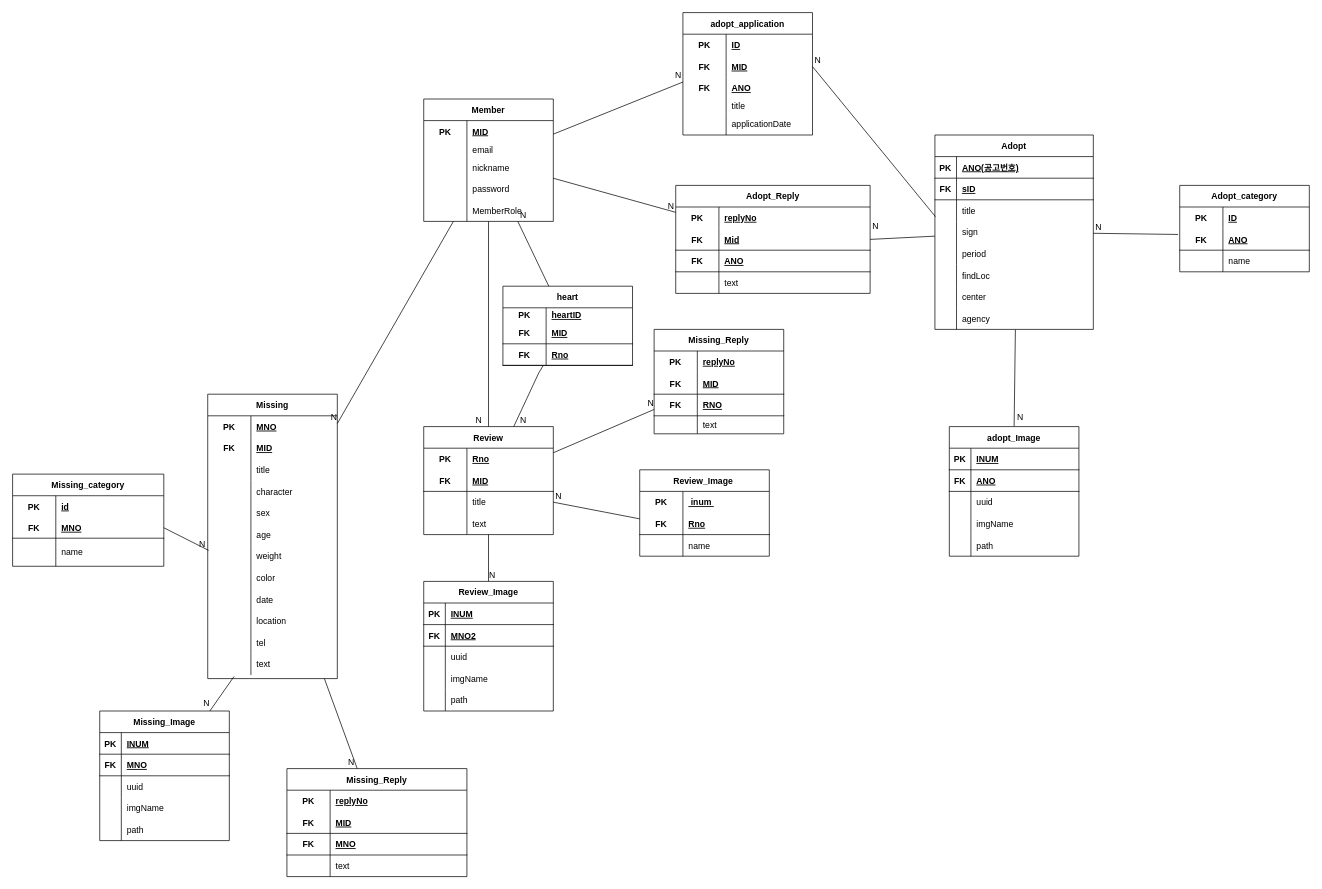
Kimsumin1234/project1 keeps this draw.io diagram as src/main/java/com/example/project1/erd/animal.drawio. Above is the earlier version. Source tidied: cells renumbered, new cells numbered last; positions are measured from the earlier drawing's top-left corner, leaving out a move shared by most shapes. Both pictures are drawn from the tidied source at 72%, with x=0, y=0 at pixel (12, 12).
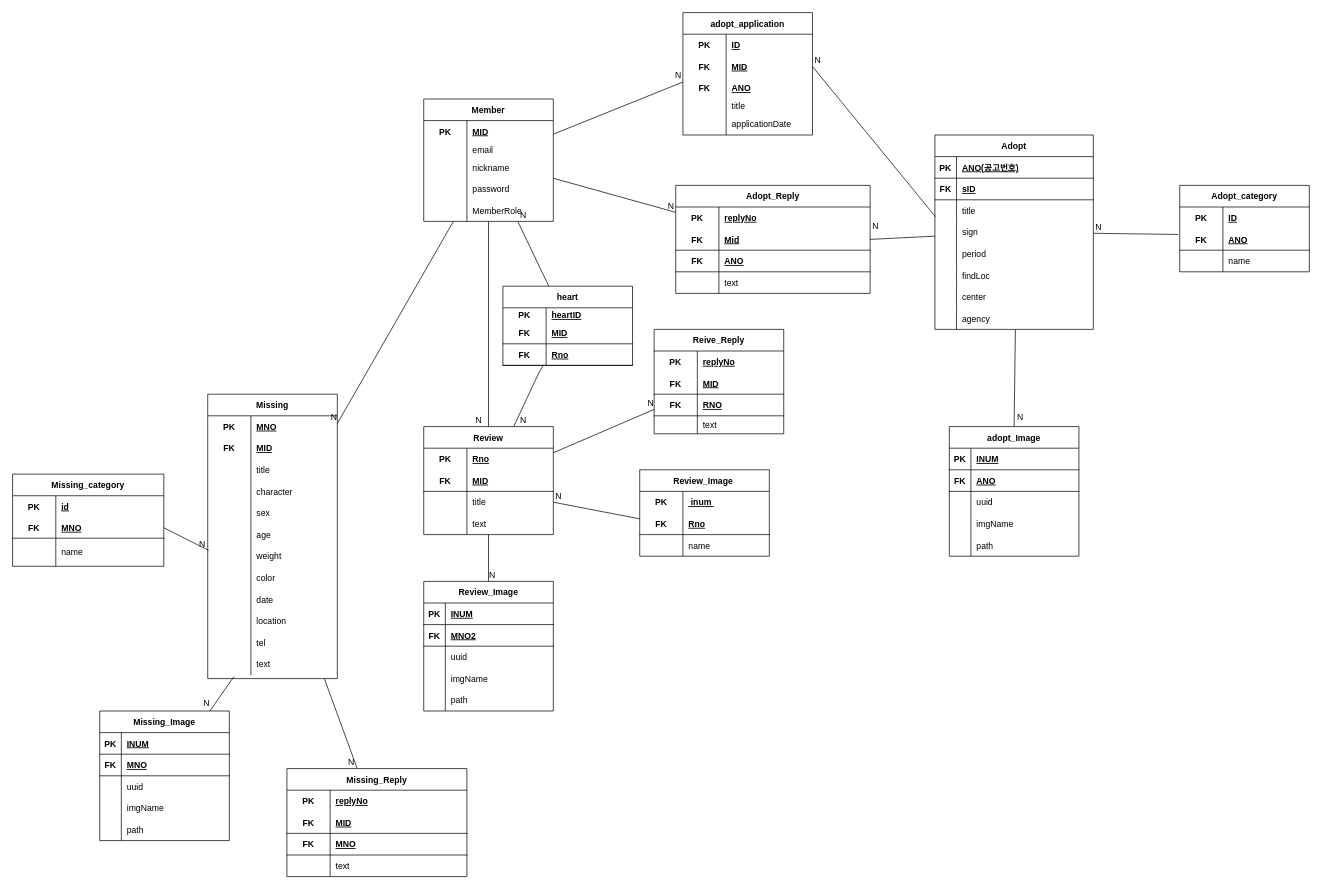
The same diagram, later.

What changed in the source:
```diff
@@
-    <mxCell id="106" value="Missing_Reply" style="shape=table;startSize=30;childLayout=tableLayout;rowLines=0;fontStyle=1;align=center;" parent="1" vertex="1">
+    <mxCell id="106" value="Reive_Reply" style="shape=table;startSize=30;childLayout=tableLayout;rowLines=0;fontStyle=1;align=center;" parent="1" vertex="1">
       <mxGeometry x="891" y="440" width="180" height="145" as="geometry" />
     </mxCell>
```
